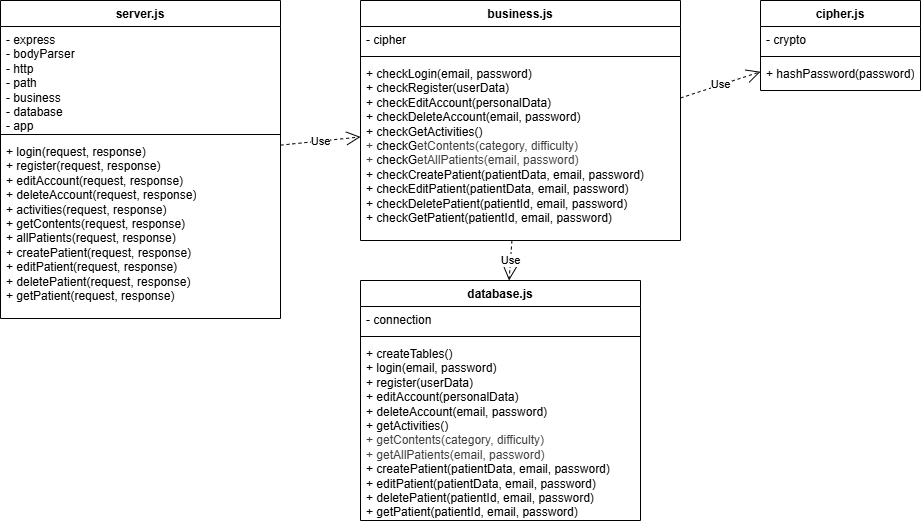
The draw.io diagram docs/UML/rehabrain_componenti_server.png in Fix-22/rehabrain-web, before a commit. Source tidied: cells renumbered, new cells last; positions are measured from the earlier drawing's top-left corner, leaving out a move shared by most shapes.
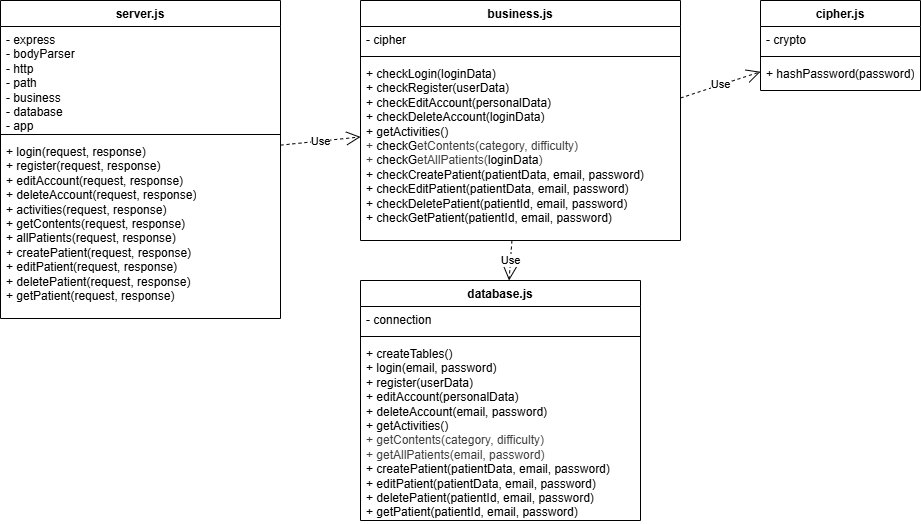
The same diagram one commit later.

Change to the diagram source:
```diff
@@ -38,7 +38,7 @@
     <mxCell id="13" style="line;strokeWidth=1;fillColor=none;align=left;verticalAlign=middle;spacingTop=-1;spacingLeft=3;spacingRight=3;labelPosition=right;strokeColor=inherit;" parent="11" vertex="1">
       <mxGeometry y="52" width="320" height="8" as="geometry" />
     </mxCell>
-    <mxCell id="14" value="&lt;span style=&quot;color: light-dark(rgb(0, 0, 0), rgb(255, 255, 255)); background-color: transparent;&quot;&gt;+ checkLogin(email, password)&lt;/span&gt;&lt;div&gt;&lt;div&gt;+ checkRegister(userData)&lt;/div&gt;&lt;div&gt;+&amp;nbsp;&lt;span style=&quot;background-color: transparent; color: light-dark(rgb(0, 0, 0), rgb(255, 255, 255));&quot;&gt;checkE&lt;/span&gt;&lt;span style=&quot;background-color: transparent; color: light-dark(rgb(0, 0, 0), rgb(255, 255, 255));&quot;&gt;ditAccount(personalData)&lt;/span&gt;&lt;/div&gt;&lt;div&gt;+&amp;nbsp;&lt;span style=&quot;background-color: transparent; color: light-dark(rgb(0, 0, 0), rgb(255, 255, 255));&quot;&gt;checkD&lt;/span&gt;&lt;span style=&quot;background-color: transparent; color: light-dark(rgb(0, 0, 0), rgb(255, 255, 255));&quot;&gt;eleteAccount(email, password)&lt;/span&gt;&lt;/div&gt;&lt;div&gt;+&amp;nbsp;&lt;span style=&quot;background-color: transparent; color: light-dark(rgb(0, 0, 0), rgb(255, 255, 255));&quot;&gt;checkG&lt;/span&gt;&lt;span style=&quot;background-color: transparent; color: light-dark(rgb(0, 0, 0), rgb(255, 255, 255));&quot;&gt;etActivities()&lt;/span&gt;&lt;/div&gt;&lt;div&gt;&lt;span style=&quot;color: rgb(63, 63, 63);&quot;&gt;+&amp;nbsp;&lt;/span&gt;&lt;span style=&quot;background-color: transparent; color: light-dark(rgb(0, 0, 0), rgb(255, 255, 255));&quot;&gt;checkG&lt;/span&gt;&lt;span style=&quot;color: rgb(63, 63, 63); background-color: transparent;&quot;&gt;etContents(category, difficulty)&lt;/span&gt;&lt;/div&gt;&lt;div&gt;&lt;span style=&quot;color: rgb(63, 63, 63);&quot;&gt;+&amp;nbsp;&lt;/span&gt;&lt;span style=&quot;background-color: transparent; color: light-dark(rgb(0, 0, 0), rgb(255, 255, 255));&quot;&gt;checkG&lt;/span&gt;&lt;span style=&quot;color: rgb(63, 63, 63); background-color: transparent;&quot;&gt;etAllPatients(email, password)&lt;/span&gt;&lt;/div&gt;&lt;div&gt;+&amp;nbsp;&lt;span style=&quot;background-color: transparent; color: light-dark(rgb(0, 0, 0), rgb(255, 255, 255));&quot;&gt;checkC&lt;/span&gt;&lt;span style=&quot;background-color: transparent; color: light-dark(rgb(0, 0, 0), rgb(255, 255, 255));&quot;&gt;reatePatient(patientData, email, password)&lt;/span&gt;&lt;/div&gt;&lt;div&gt;+&amp;nbsp;&lt;span style=&quot;background-color: transparent; color: light-dark(rgb(0, 0, 0), rgb(255, 255, 255));&quot;&gt;checkE&lt;/span&gt;&lt;span style=&quot;background-color: transparent; color: light-dark(rgb(0, 0, 0), rgb(255, 255, 255));&quot;&gt;ditPatient(patientData, email, password)&lt;/span&gt;&lt;/div&gt;&lt;div&gt;+&amp;nbsp;&lt;span style=&quot;background-color: transparent; color: light-dark(rgb(0, 0, 0), rgb(255, 255, 255));&quot;&gt;checkD&lt;/span&gt;&lt;span style=&quot;background-color: transparent; color: light-dark(rgb(0, 0, 0), rgb(255, 255, 255));&quot;&gt;eletePatient(patientId, email, password)&lt;/span&gt;&lt;/div&gt;&lt;div&gt;+&amp;nbsp;&lt;span style=&quot;background-color: transparent; color: light-dark(rgb(0, 0, 0), rgb(255, 255, 255));&quot;&gt;checkG&lt;/span&gt;&lt;span style=&quot;background-color: transparent; color: light-dark(rgb(0, 0, 0), rgb(255, 255, 255));&quot;&gt;etPatient(patientId, email, password)&lt;/span&gt;&lt;/div&gt;&lt;/div&gt;" style="text;strokeColor=none;fillColor=none;align=left;verticalAlign=top;spacingLeft=4;spacingRight=4;overflow=hidden;points=[[0,0.5],[1,0.5]];portConstraint=eastwest;whiteSpace=wrap;html=1;" parent="11" vertex="1">
+    <mxCell id="14" value="&lt;span style=&quot;color: light-dark(rgb(0, 0, 0), rgb(255, 255, 255)); background-color: transparent;&quot;&gt;+ checkLogin(loginData)&lt;/span&gt;&lt;div&gt;&lt;div&gt;+ checkRegister(userData)&lt;/div&gt;&lt;div&gt;+&amp;nbsp;&lt;span style=&quot;background-color: transparent; color: light-dark(rgb(0, 0, 0), rgb(255, 255, 255));&quot;&gt;checkE&lt;/span&gt;&lt;span style=&quot;background-color: transparent; color: light-dark(rgb(0, 0, 0), rgb(255, 255, 255));&quot;&gt;ditAccount(personalData)&lt;/span&gt;&lt;/div&gt;&lt;div&gt;+&amp;nbsp;&lt;span style=&quot;background-color: transparent; color: light-dark(rgb(0, 0, 0), rgb(255, 255, 255));&quot;&gt;checkD&lt;/span&gt;&lt;span style=&quot;background-color: transparent; color: light-dark(rgb(0, 0, 0), rgb(255, 255, 255));&quot;&gt;eleteAccount(&lt;/span&gt;loginData&lt;span style=&quot;background-color: transparent; color: light-dark(rgb(0, 0, 0), rgb(255, 255, 255));&quot;&gt;)&lt;/span&gt;&lt;/div&gt;&lt;div&gt;+ g&lt;span style=&quot;background-color: transparent; color: light-dark(rgb(0, 0, 0), rgb(255, 255, 255));&quot;&gt;etActivities()&lt;/span&gt;&lt;/div&gt;&lt;div&gt;&lt;span style=&quot;color: rgb(63, 63, 63);&quot;&gt;+&amp;nbsp;&lt;/span&gt;&lt;span style=&quot;background-color: transparent; color: light-dark(rgb(0, 0, 0), rgb(255, 255, 255));&quot;&gt;checkG&lt;/span&gt;&lt;span style=&quot;color: rgb(63, 63, 63); background-color: transparent;&quot;&gt;etContents(category, difficulty)&lt;/span&gt;&lt;/div&gt;&lt;div&gt;&lt;span style=&quot;color: rgb(63, 63, 63);&quot;&gt;+&amp;nbsp;&lt;/span&gt;&lt;span style=&quot;background-color: transparent; color: light-dark(rgb(0, 0, 0), rgb(255, 255, 255));&quot;&gt;checkG&lt;/span&gt;&lt;span style=&quot;color: rgb(63, 63, 63); background-color: transparent;&quot;&gt;etAllPatients(&lt;span style=&quot;color: rgb(0, 0, 0);&quot;&gt;loginData&lt;/span&gt;)&lt;/span&gt;&lt;/div&gt;&lt;div&gt;+&amp;nbsp;&lt;span style=&quot;background-color: transparent; color: light-dark(rgb(0, 0, 0), rgb(255, 255, 255));&quot;&gt;checkC&lt;/span&gt;&lt;span style=&quot;background-color: transparent; color: light-dark(rgb(0, 0, 0), rgb(255, 255, 255));&quot;&gt;reatePatient(patientData, email, password)&lt;/span&gt;&lt;/div&gt;&lt;div&gt;+&amp;nbsp;&lt;span style=&quot;background-color: transparent; color: light-dark(rgb(0, 0, 0), rgb(255, 255, 255));&quot;&gt;checkE&lt;/span&gt;&lt;span style=&quot;background-color: transparent; color: light-dark(rgb(0, 0, 0), rgb(255, 255, 255));&quot;&gt;ditPatient(patientData, email, password)&lt;/span&gt;&lt;/div&gt;&lt;div&gt;+&amp;nbsp;&lt;span style=&quot;background-color: transparent; color: light-dark(rgb(0, 0, 0), rgb(255, 255, 255));&quot;&gt;checkD&lt;/span&gt;&lt;span style=&quot;background-color: transparent; color: light-dark(rgb(0, 0, 0), rgb(255, 255, 255));&quot;&gt;eletePatient(patientId, email, password)&lt;/span&gt;&lt;/div&gt;&lt;div&gt;+&amp;nbsp;&lt;span style=&quot;background-color: transparent; color: light-dark(rgb(0, 0, 0), rgb(255, 255, 255));&quot;&gt;checkG&lt;/span&gt;&lt;span style=&quot;background-color: transparent; color: light-dark(rgb(0, 0, 0), rgb(255, 255, 255));&quot;&gt;etPatient(patientId, email, password)&lt;/span&gt;&lt;/div&gt;&lt;/div&gt;" style="text;strokeColor=none;fillColor=none;align=left;verticalAlign=top;spacingLeft=4;spacingRight=4;overflow=hidden;points=[[0,0.5],[1,0.5]];portConstraint=eastwest;whiteSpace=wrap;html=1;" parent="11" vertex="1">
       <mxGeometry y="60" width="320" height="180" as="geometry" />
     </mxCell>
     <mxCell id="15" value="Use" style="endArrow=open;endSize=12;dashed=1;html=1;rounded=0;" parent="1" edge="1" source="7" target="11">
```
